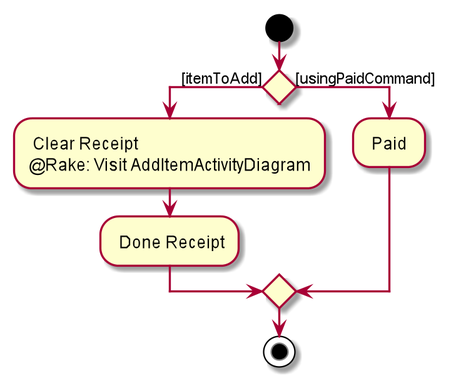
Above: docs/images/ExpenseSplitterActivityDiagramV2.png in nus-cs2103-AY1920S2/addressbook-level3 (PlantUML), before the change.
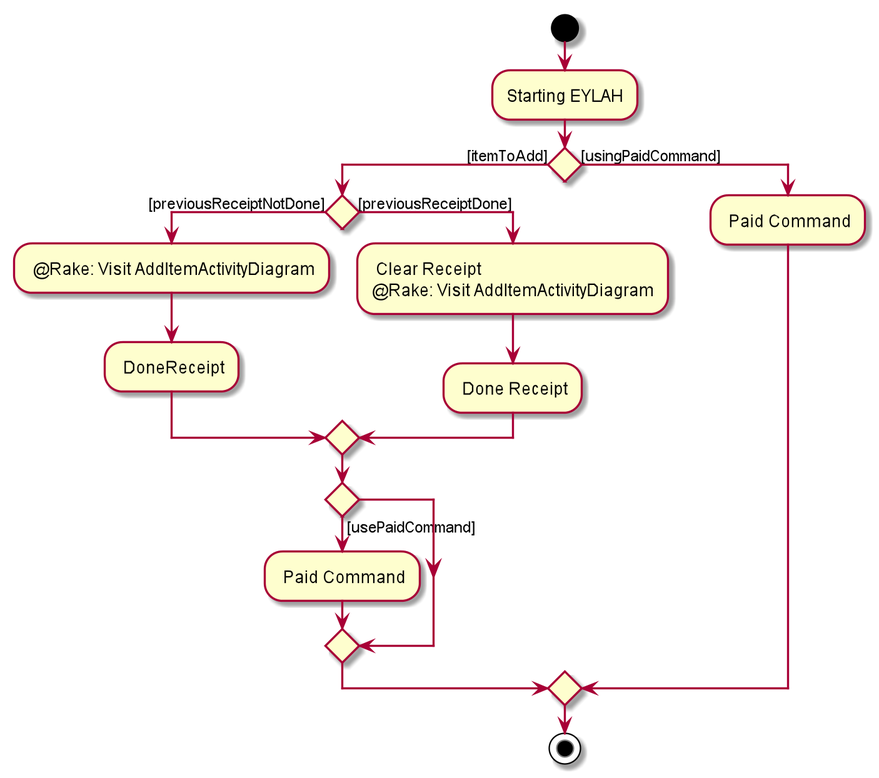
The same diagram one commit later.

What changed in the source:
```diff
@@ -1,12 +1,30 @@
 @startuml
 start
 
+:Starting EYLAH;
+
 if () then ([itemToAdd])
+
+    if () then ([previousReceiptNotDone])
+    : @Rake: Visit AddItemActivityDiagram;
+    : DoneReceipt;
+
+    else ([previousReceiptDone])
     : Clear Receipt
     @Rake: Visit AddItemActivityDiagram;
     : Done Receipt;
+    endif
+
+     if () then([usePaidCommand])
+        : Paid Command;
+     else ()
+     endif
+
+
     else ([usingPaidCommand])
-    : Paid ;
+    : Paid Command;
+
+
 endif
 
 stop
```
